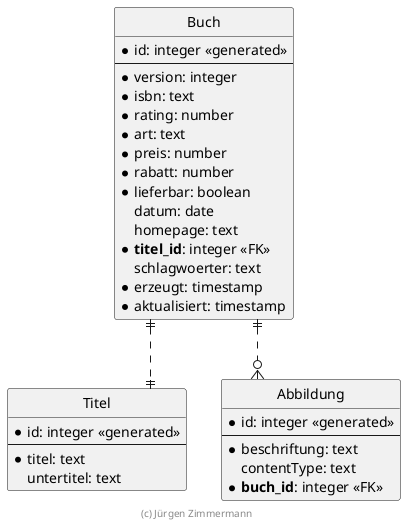
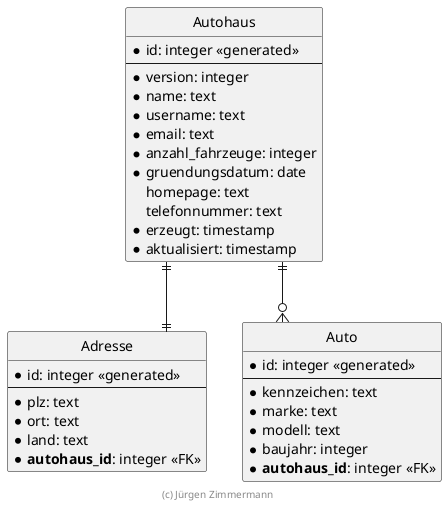
' Copyright (C) 2019 - present Juergen Zimmermann, Hochschule Karlsruhe
'
' This program is free software: you can redistribute it and/or modify
' it under the terms of the GNU General Public License as published by
' the Free Software Foundation, either version 3 of the License, or
' (at your option) any later version.
'
' This program is distributed in the hope that it will be useful,
' but WITHOUT ANY WARRANTY; without even the implied warranty of
' MERCHANTABILITY or FITNESS FOR A PARTICULAR PURPOSE.  See the
' GNU General Public License for more details.
'
' You should have received a copy of the GNU General Public License
' along with this program.  If not, see <https://www.gnu.org/licenses/>.

' Preview durch <Alt>d

@startuml ER Diagramm

' hide the spot
hide circle

- ' evtl. Prbleme mit Kraehenfuessen vermeiden
+ ' evtl. Probleme mit Kraehenfuessen vermeiden
skinparam linetype ortho

- entity "Buch" {
+ entity "Autohaus" {
  * id: integer <<generated>>
  --
  * version: integer
-   * isbn: text
-   * rating: number
-   * art: text
-   * preis: number
-   * rabatt: number
-   * lieferbar: boolean
-     datum: date
+   * name: text
+   * username: text
+   * email: text
+   * anzahl_fahrzeuge: integer
+   * gruendungsdatum: date
    homepage: text
-   * **titel_id**: integer <<FK>>
-     schlagwoerter: text
+     telefonnummer: text
  * erzeugt: timestamp
  * aktualisiert: timestamp
}

- entity "Titel" {
+ entity "Adresse" {
  * id: integer <<generated>>
  --
-   * titel: text
-     untertitel: text
+   * plz: text
+   * ort: text
+   * land: text
+   * **autohaus_id**: integer <<FK>>
}

- entity "Abbildung" {
+ entity "Auto" {
  * id: integer <<generated>>
  --
-   * beschriftung: text
-     contentType: text
-   * **buch_id**: integer <<FK>>
+   * kennzeichen: text
+   * marke: text
+   * modell: text
+   * baujahr: integer
+   * **autohaus_id**: integer <<FK>>
}

- Buch ||..|| Titel
- Buch ||..o{ Abbildung
+ Autohaus ||--o{ Auto
+ Autohaus ||--|| Adresse

footer (c) Jürgen Zimmermann

@enduml
